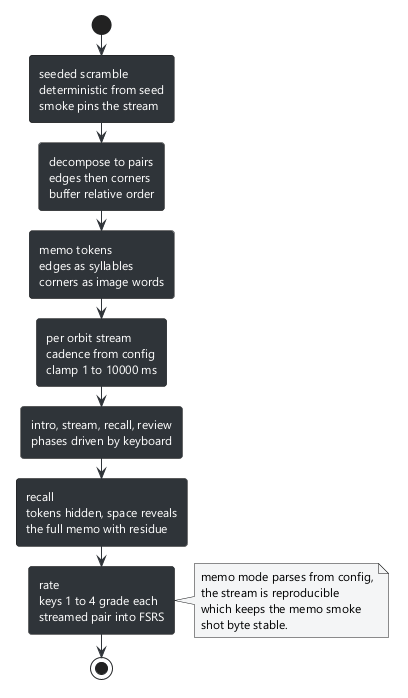
The PlantUML diagram docs/diagrams/08-memo-flow.png in lavantien/blind-trainer, before a commit.
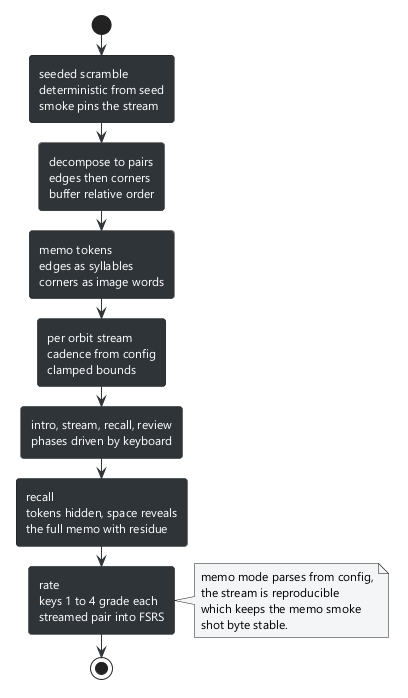
Later version of the same file.

The edit, as a diff of the source:
```diff
@@ -11,7 +11,7 @@
 :seeded scramble\ndeterministic from seed\nsmoke pins the stream;
 :decompose to pairs\nedges then corners\nbuffer relative order;
 :memo tokens\nedges as syllables\ncorners as image words;
-:per orbit stream\ncadence from config\nclamp 1 to 10000 ms;
+:per orbit stream\ncadence from config\nclamped bounds;
 :intro, stream, recall, review\nphases driven by keyboard;
 :recall\ntokens hidden, space reveals\nthe full memo with residue;
 :rate\nkeys 1 to 4 grade each\nstreamed pair into FSRS;
```
